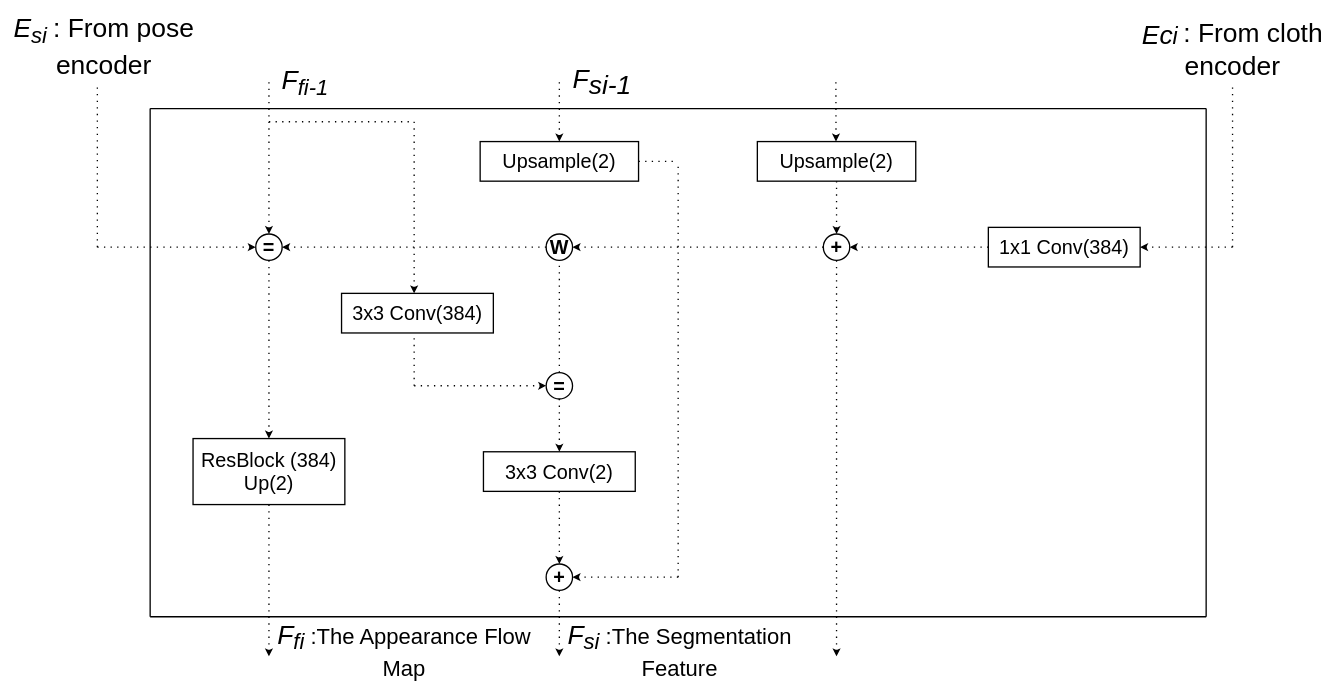
Earlier version of the draw.io diagram drawMap/Feature_Fusion_Block.drawio (fizzy-1111/slideppTheis). Source tidied: cells renumbered, new cells numbered last; positions are measured from the earlier drawing's top-left corner, leaving out a move shared by most shapes. Both pictures are drawn from the tidied source at 66%, with x=0, y=0 at pixel (11, 16).
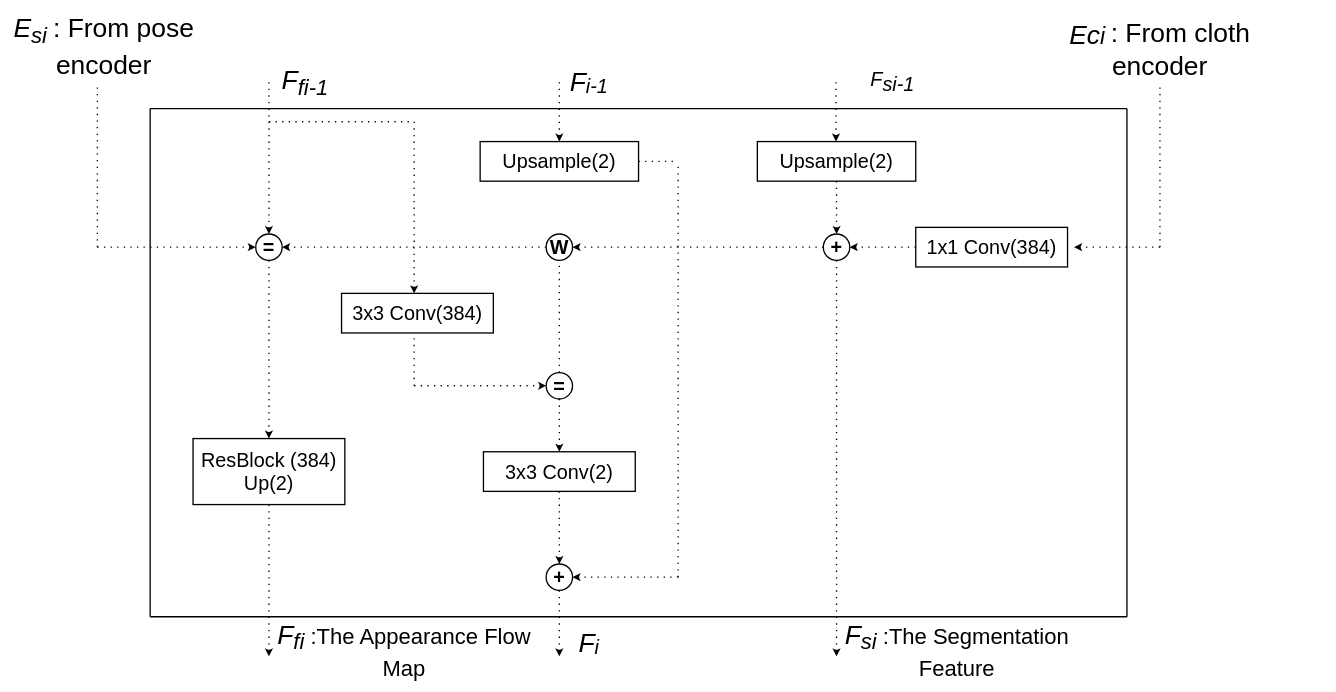
After the change.

The edit, as a diff of the source:
```diff
@@
     <mxCell id="10" value="&lt;span style=&quot;font-size: 30px;&quot;&gt;1x1 Conv(384)&lt;/span&gt;" style="rounded=0;whiteSpace=wrap;html=1;strokeWidth=2;" parent="1" vertex="1">
-      <mxGeometry x="1480" y="320" width="230" height="60" as="geometry" />
+      <mxGeometry x="1370" y="320" width="230" height="60" as="geometry" />
     </mxCell>
@@
     <mxCell id="36" style="endArrow=classic;html=1;strokeWidth=2;dashed=1;dashPattern=1 4;" parent="1" edge="1">
       <mxGeometry relative="1" as="geometry">
-        <mxPoint x="1850" y="350" as="sourcePoint" />
-        <mxPoint x="1710" y="350" as="targetPoint" />
+        <mxPoint x="1740" y="350" as="sourcePoint" />
+        <mxPoint x="1610" y="350" as="targetPoint" />
       </mxGeometry>
     </mxCell>
     <mxCell id="37" style="endArrow=none;html=1;strokeWidth=2;dashed=1;dashPattern=1 4;" parent="1" edge="1">
       <mxGeometry relative="1" as="geometry">
-        <mxPoint x="1850" y="350" as="sourcePoint" />
-        <mxPoint x="1850" y="100" as="targetPoint" />
+        <mxPoint x="1740" y="350" as="sourcePoint" />
+        <mxPoint x="1740" y="100" as="targetPoint" />
       </mxGeometry>
     </mxCell>
@@
     <mxCell id="39" style="endArrow=none;html=1;strokeWidth=2;" parent="1" edge="1">
       <mxGeometry relative="1" as="geometry">
         <mxPoint x="210" y="910" as="sourcePoint" />
-        <mxPoint x="1810" y="910" as="targetPoint" />
+        <mxPoint x="1690" y="910" as="targetPoint" />
       </mxGeometry>
     </mxCell>
     <mxCell id="40" style="endArrow=none;html=1;strokeWidth=2;" parent="1" edge="1">
       <mxGeometry relative="1" as="geometry">
         <mxPoint x="210" y="140" as="sourcePoint" />
-        <mxPoint x="1810" y="140" as="targetPoint" />
+        <mxPoint x="1690" y="140" as="targetPoint" />
       </mxGeometry>
     </mxCell>
     <mxCell id="41" style="endArrow=none;html=1;strokeWidth=2;" parent="1" edge="1">
       <mxGeometry relative="1" as="geometry">
-        <mxPoint x="1810" y="910" as="sourcePoint" />
-        <mxPoint x="1810" y="140" as="targetPoint" />
+        <mxPoint x="1690" y="910" as="sourcePoint" />
+        <mxPoint x="1690" y="140" as="targetPoint" />
       </mxGeometry>
     </mxCell>
@@
     <mxCell id="43" value="&lt;i style=&quot;font-size: 40px;&quot;&gt;&lt;span style=&quot;&quot;&gt;F&lt;sub&gt;si&lt;/sub&gt;&lt;/span&gt;&lt;/i&gt;&lt;span style=&quot;font-size: 33.3333px;&quot;&gt;&lt;i&gt;&amp;nbsp;&lt;/i&gt;:The Segmentation Feature&lt;/span&gt;" style="text;html=1;strokeColor=none;fillColor=none;align=center;verticalAlign=middle;whiteSpace=wrap;rounded=0;strokeWidth=2;" parent="1" vertex="1">
-      <mxGeometry x="800" y="930" width="425" height="60" as="geometry" />
+      <mxGeometry x="1220" y="930" width="425" height="60" as="geometry" />
     </mxCell>
@@
-    <mxCell id="45" value="&lt;i style=&quot;font-size: 40px;&quot;&gt;&lt;span style=&quot;&quot;&gt;F&lt;/span&gt;&lt;sub style=&quot;&quot;&gt;&lt;span style=&quot;font-size: 40px;&quot;&gt;s&lt;/span&gt;&lt;font style=&quot;font-size: 40px;&quot;&gt;i-1&lt;/font&gt;&lt;/sub&gt;&lt;/i&gt;" style="text;html=1;strokeColor=none;fillColor=none;align=center;verticalAlign=middle;whiteSpace=wrap;rounded=0;strokeWidth=2;" parent="1" vertex="1">
-      <mxGeometry x="810" y="70" width="170" height="60" as="geometry" />
+    <mxCell id="45" value="&lt;i style=&quot;font-size: 30px;&quot;&gt;&lt;span style=&quot;&quot;&gt;F&lt;/span&gt;&lt;sub style=&quot;&quot;&gt;&lt;span style=&quot;font-size: 30px;&quot;&gt;s&lt;/span&gt;&lt;font style=&quot;font-size: 30px;&quot;&gt;i-1&lt;/font&gt;&lt;/sub&gt;&lt;/i&gt;" style="text;html=1;strokeColor=none;fillColor=none;align=center;verticalAlign=middle;whiteSpace=wrap;rounded=0;strokeWidth=2;" parent="1" vertex="1">
+      <mxGeometry x="1250" y="70" width="170" height="60" as="geometry" />
     </mxCell>
@@
     <mxCell id="47" value="&lt;sub style=&quot;font-style: italic;&quot;&gt;&lt;font style=&quot;font-size: 40px;&quot;&gt;Ec&lt;/font&gt;&lt;font style=&quot;font-size: 35px;&quot;&gt;i&lt;/font&gt;&lt;font style=&quot;font-size: 30px;&quot;&gt;&amp;nbsp;&lt;/font&gt;&lt;/sub&gt;&lt;span style=&quot;font-size: 40px;&quot;&gt;: From cloth encoder&lt;/span&gt;" style="text;html=1;strokeColor=none;fillColor=none;align=center;verticalAlign=middle;whiteSpace=wrap;rounded=0;strokeWidth=2;" parent="1" vertex="1">
-      <mxGeometry x="1710" y="20" width="280" height="60" as="geometry" />
+      <mxGeometry x="1600" y="20" width="280" height="60" as="geometry" />
     </mxCell>
+    <mxCell id="48" value="&lt;i style=&quot;&quot;&gt;&lt;span style=&quot;font-size: 40px;&quot;&gt;F&lt;/span&gt;&lt;sub style=&quot;&quot;&gt;&lt;font style=&quot;font-size: 30px;&quot;&gt;i-1&lt;/font&gt;&lt;/sub&gt;&lt;/i&gt;" style="text;html=1;strokeColor=none;fillColor=none;align=center;verticalAlign=middle;whiteSpace=wrap;rounded=0;strokeWidth=2;" parent="1" vertex="1">
+      <mxGeometry x="790" y="70" width="170" height="60" as="geometry" />
+    </mxCell>
+    <mxCell id="49" value="&lt;i style=&quot;&quot;&gt;&lt;span style=&quot;font-size: 40px;&quot;&gt;F&lt;/span&gt;&lt;sub style=&quot;&quot;&gt;&lt;font style=&quot;font-size: 30px;&quot;&gt;i&lt;/font&gt;&lt;/sub&gt;&lt;/i&gt;" style="text;html=1;strokeColor=none;fillColor=none;align=center;verticalAlign=middle;whiteSpace=wrap;rounded=0;strokeWidth=2;" parent="1" vertex="1">
+      <mxGeometry x="790" y="920" width="170" height="60" as="geometry" />
+    </mxCell>
```
